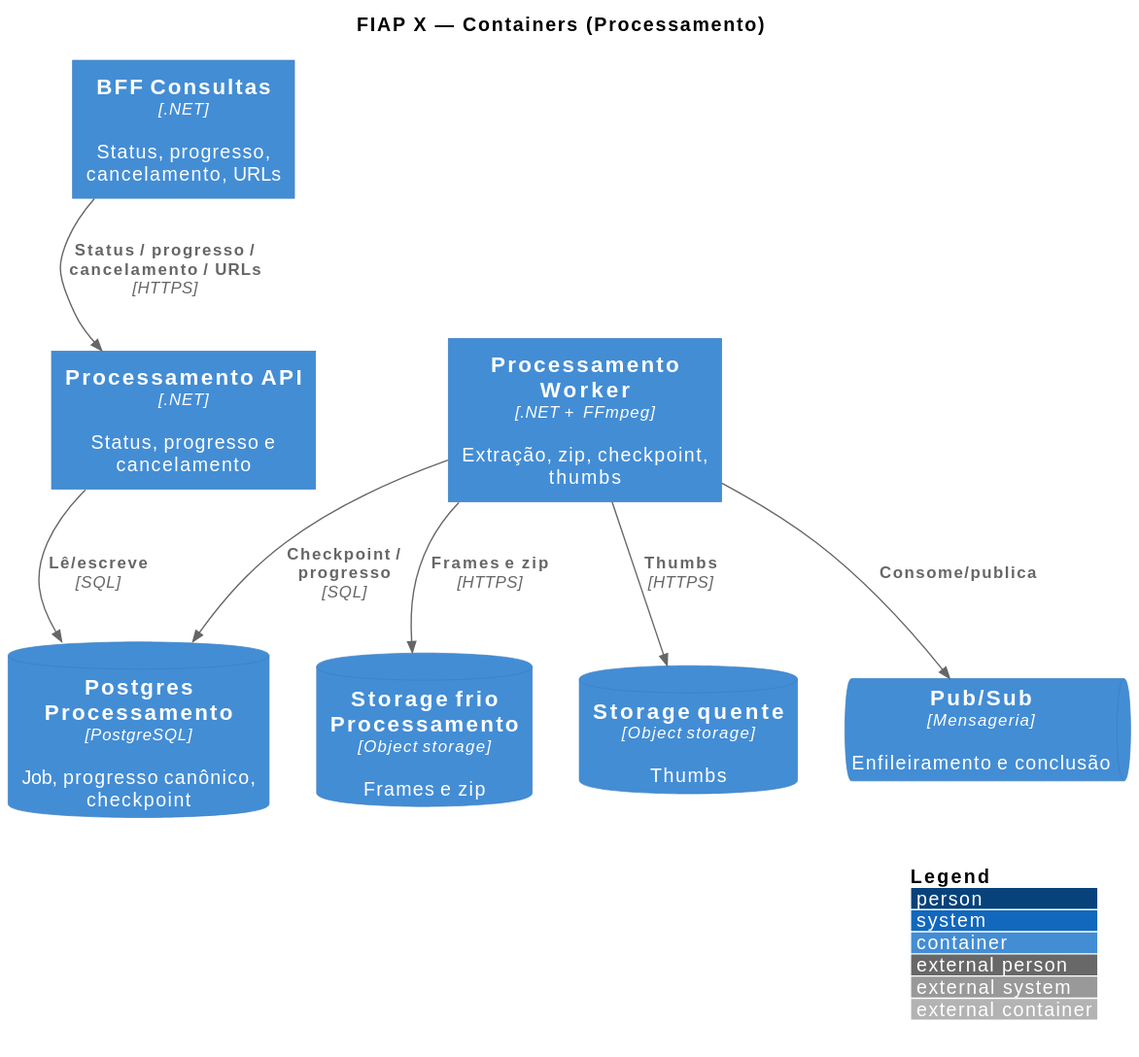
fiap-x-vcosta/docs keeps this PlantUML diagram as arquitetura/04_containers-processamento.svg. Above is the earlier version.
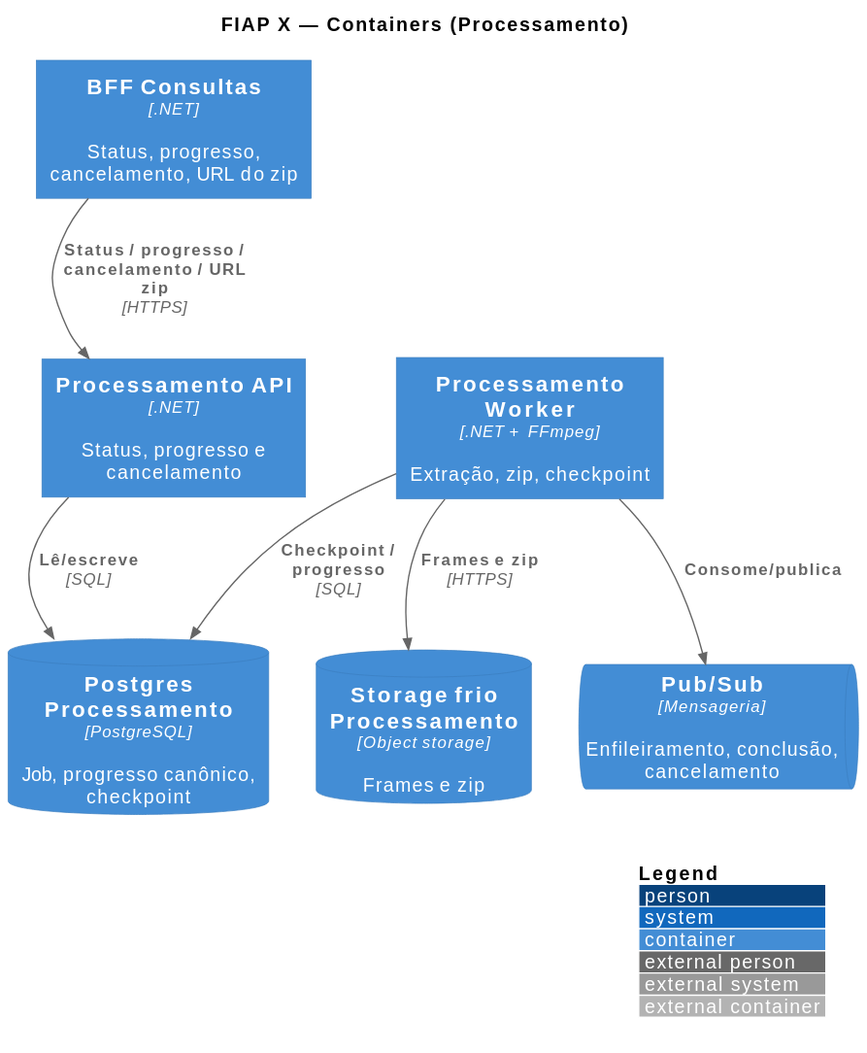
After the commit.

Change to the diagram source:
```diff
@@ -6,25 +6,22 @@
 
 title FIAP X — Containers (Processamento)
 
-Container(bff, "BFF Consultas", ".NET", "Status, progresso, cancelamento, URLs")
+Container(bff, "BFF Consultas", ".NET", "Status, progresso, cancelamento, URL do zip")
 Container(procApi, "Processamento API", ".NET", "Status, progresso e cancelamento")
-Container(procWorker, "Processamento Worker", ".NET + FFmpeg", "Extração, zip, checkpoint, thumbs")
+Container(procWorker, "Processamento Worker", ".NET + FFmpeg", "Extração, zip, checkpoint")
 ContainerDb(pgProc, "Postgres Processamento", "PostgreSQL", "Job, progresso canônico, checkpoint")
 ContainerDb(frioProc, "Storage frio Processamento", "Object storage", "Frames e zip")
-ContainerDb(quente, "Storage quente", "Object storage", "Thumbs")
-ContainerQueue(pubsub, "Pub/Sub", "Mensageria", "Enfileiramento e conclusão")
+ContainerQueue(pubsub, "Pub/Sub", "Mensageria", "Enfileiramento, conclusão, cancelamento")
 
-Rel(bff, procApi, "Status / progresso / cancelamento / URLs", "HTTPS")
+Rel(bff, procApi, "Status / progresso / cancelamento / URL zip", "HTTPS")
 Rel(procApi, pgProc, "Lê/escreve", "SQL")
 Rel(procWorker, pgProc, "Checkpoint / progresso", "SQL")
 Rel(procWorker, pubsub, "Consome/publica")
 Rel(procWorker, frioProc, "Frames e zip", "HTTPS")
-Rel(procWorker, quente, "Thumbs", "HTTPS")
 
 Lay_D(bff, procApi)
 Lay_R(procApi, procWorker)
 Lay_D(procApi, pgProc)
 Lay_D(procWorker, frioProc)
-Lay_R(frioProc, quente)
 Lay_R(procWorker, pubsub)
 @enduml
```
